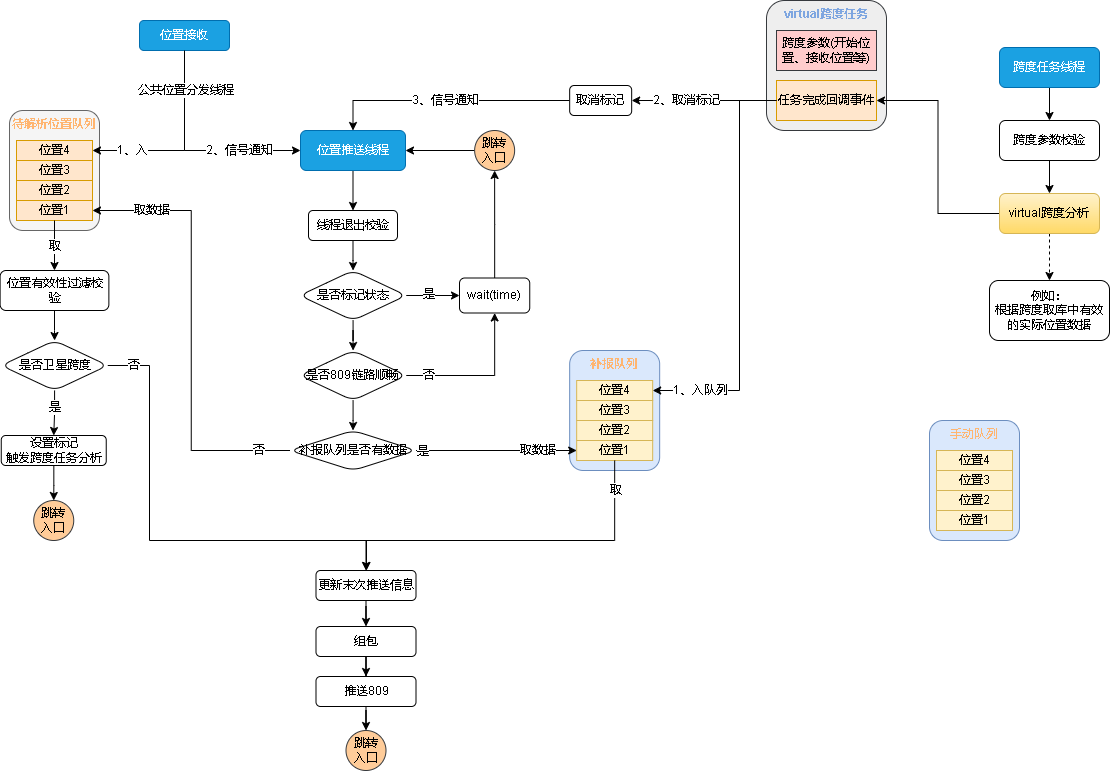
Before: 809数据跨度.drawio.png, a diagram exported from draw.io (xktder/draw). Source tidied: cells renumbered, new cells last; positions are measured from the earlier drawing's top-left corner, leaving out a move shared by most shapes.
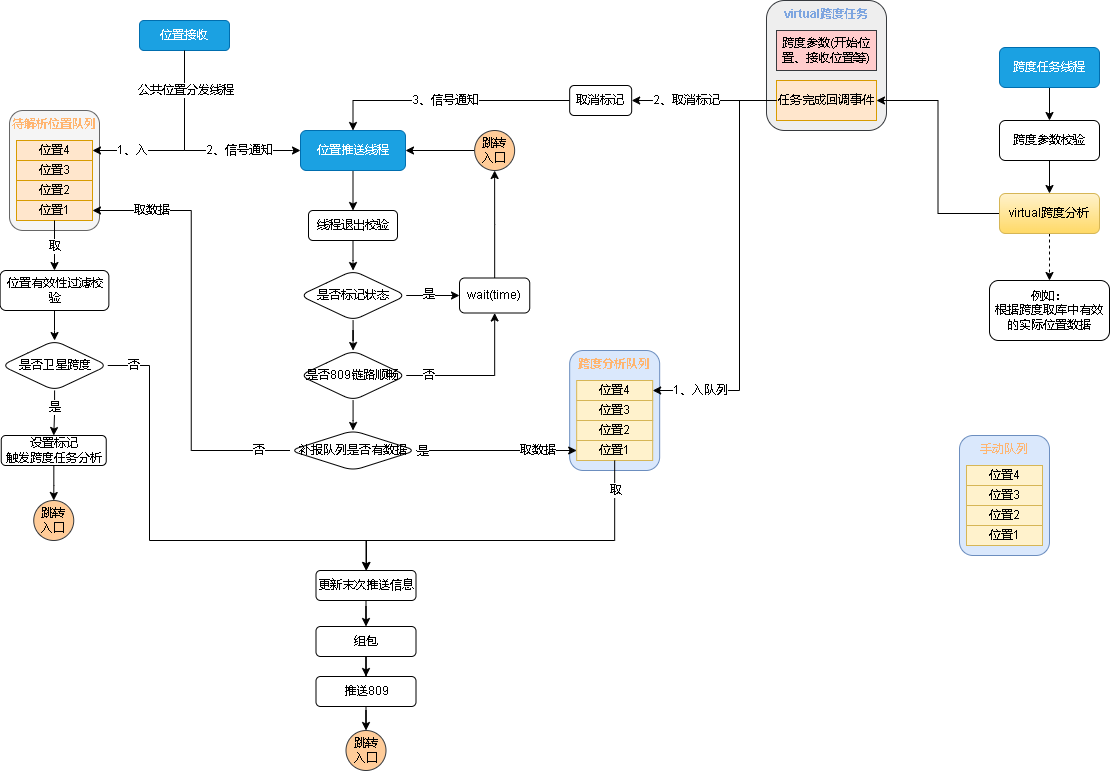
The same file after the commit.

Commit message:
更新809数据跨度.drawio.png

Change to the diagram source:
```diff
@@ -39,7 +39,7 @@
     <mxCell id="11" style="group;" parent="1" vertex="1">
       <mxGeometry x="569.2" y="350" width="90" height="120" as="geometry" />
     </mxCell>
-    <mxCell id="12" value="&lt;font color=&quot;#ffb570&quot;&gt;&lt;b&gt;补报队列&lt;/b&gt;&lt;/font&gt;" style="rounded=1;whiteSpace=wrap;html=1;verticalAlign=top;fillColor=#dae8fc;strokeColor=#6c8ebf;" parent="11" vertex="1">
+    <mxCell id="12" value="&lt;font color=&quot;#ffb570&quot;&gt;&lt;b&gt;跨度分析队列&lt;/b&gt;&lt;/font&gt;" style="rounded=1;whiteSpace=wrap;html=1;verticalAlign=top;fillColor=#dae8fc;strokeColor=#6c8ebf;" parent="11" vertex="1">
       <mxGeometry width="90" height="120" as="geometry" />
     </mxCell>
     <mxCell id="13" value="&lt;font color=&quot;#000000&quot;&gt;位置4&lt;/font&gt;" style="rounded=0;whiteSpace=wrap;html=1;fillColor=#fff2cc;strokeColor=#d6b656;" parent="11" vertex="1">
@@ -227,7 +227,7 @@
       <mxGeometry x="345.5" y="730" width="40" height="40" as="geometry" />
     </mxCell>
     <mxCell id="64" style="group;" parent="1" vertex="1">
-      <mxGeometry x="929" y="420" width="90" height="120" as="geometry" />
+      <mxGeometry x="959" y="435" width="90" height="120" as="geometry" />
     </mxCell>
     <mxCell id="65" value="&lt;font color=&quot;#ffb570&quot;&gt;手动队列&lt;/font&gt;" style="rounded=1;whiteSpace=wrap;html=1;verticalAlign=top;fillColor=#dae8fc;strokeColor=#6c8ebf;" parent="64" vertex="1">
       <mxGeometry width="90" height="120" as="geometry" />
```
